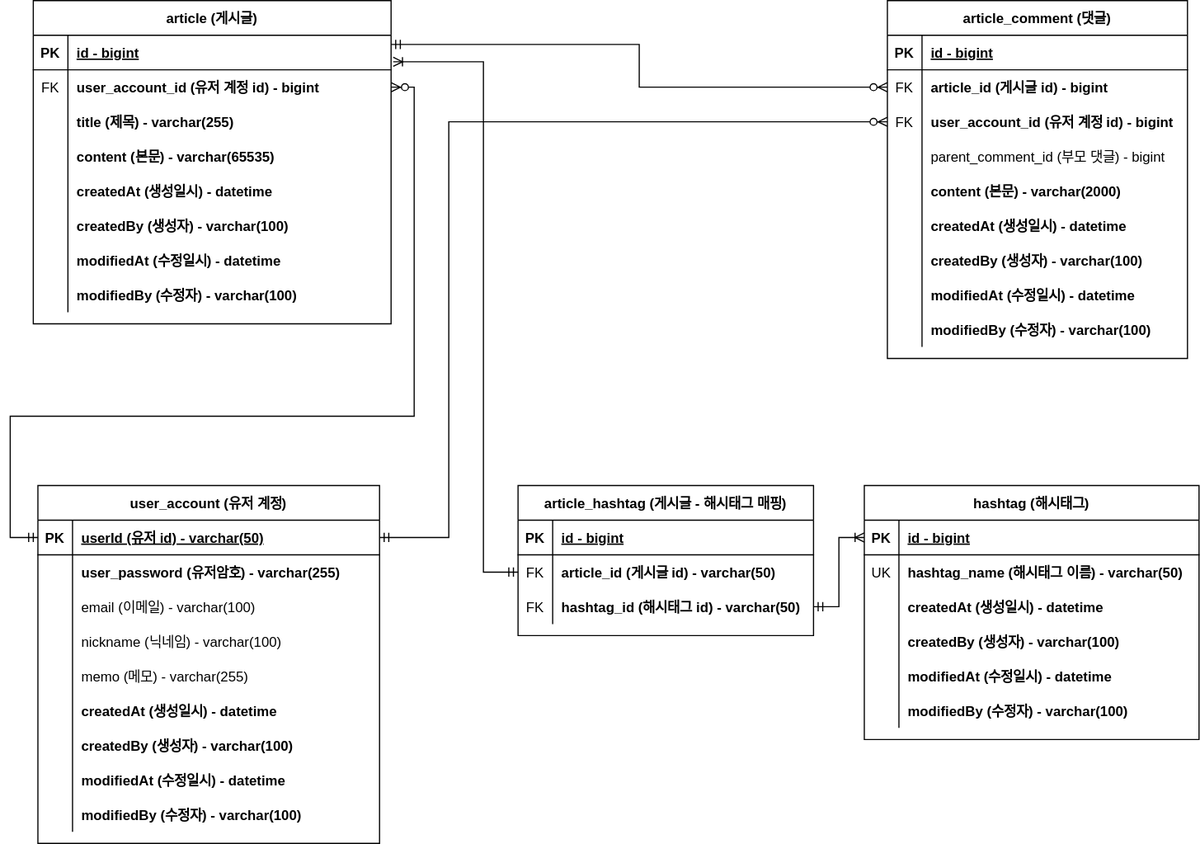
Before: document/project-board-erd.svg, a diagram exported from draw.io (qnfzksla/qnfzksla-project-board). Source tidied: cells renumbered, new cells last; positions are measured from the earlier drawing's top-left corner, leaving out a move shared by most shapes.
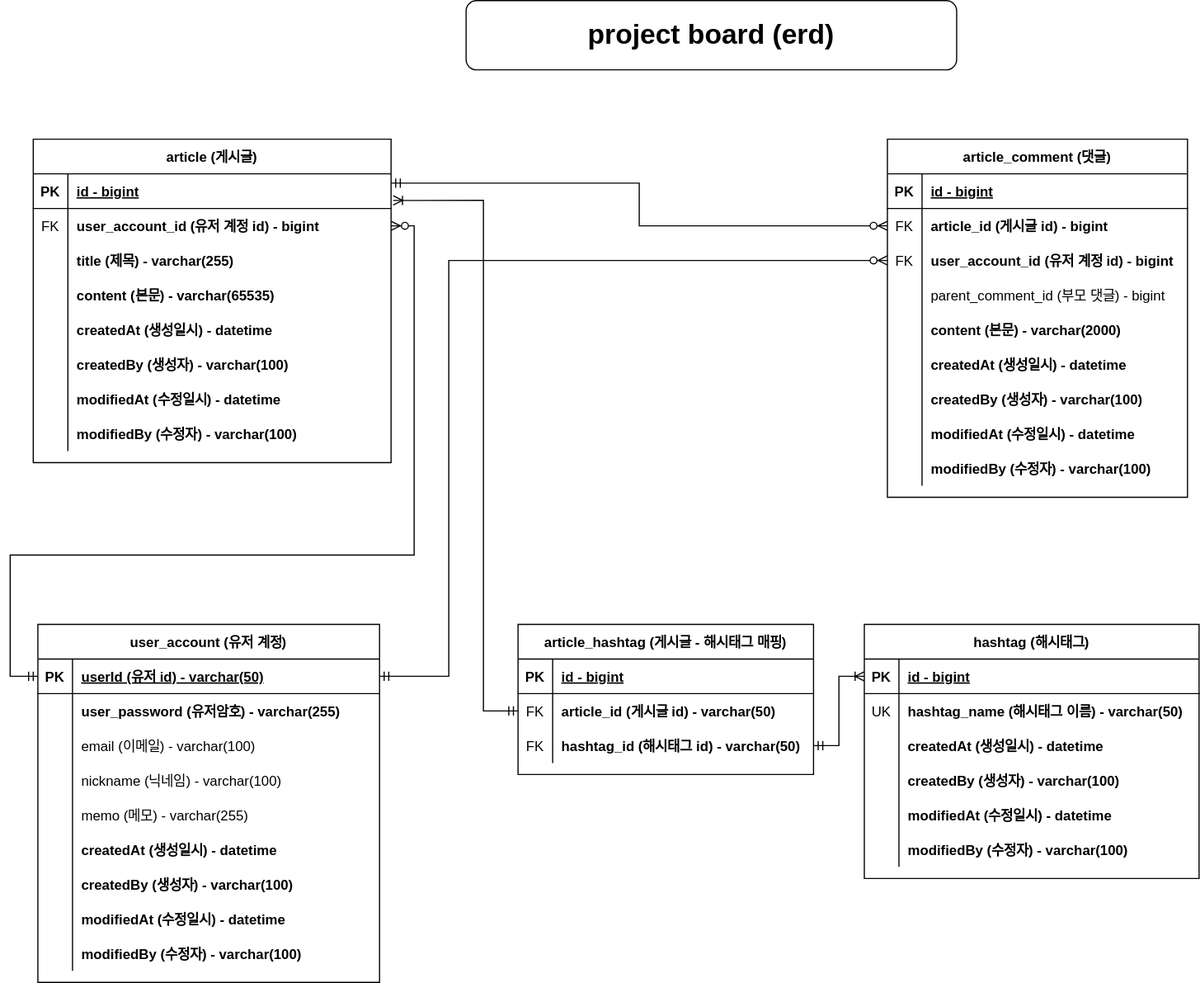
The same file after the commit.

Commit message:
#39 - project-board-erd.svg 업데이트: 대댓글, 해시태그

What changed in the source:
```diff
@@ -364,5 +364,8 @@
         </Array>
       </mxGeometry>
     </mxCell>
+    <mxCell id="117" value="&lt;h1&gt;project board (erd)&lt;/h1&gt;" style="rounded=1;whiteSpace=wrap;html=1;" parent="1" vertex="1">
+      <mxGeometry x="395" y="-120" width="425" height="60" as="geometry" />
+    </mxCell>
   </root>
 </mxGraphModel>
```
